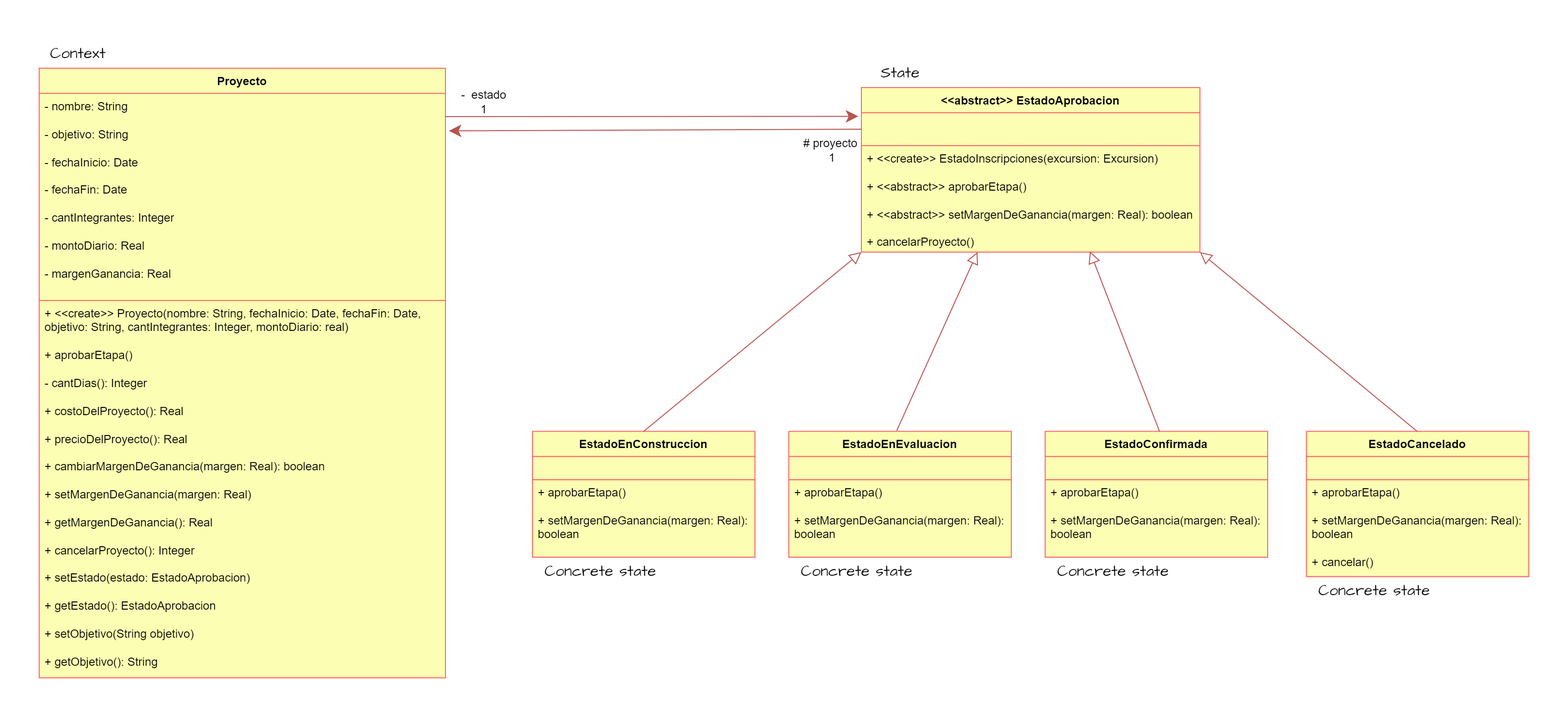
Before: 3er_Año/Orientación_a_Objetos_2/Patrones/Ejercicio11-AdministradorDeProyectos/AdmProyectos_UML.png, a diagram exported from draw.io (NicolasCaporal/Sistemas_UNLP). Source tidied: cells renumbered, new cells last; positions are measured from the earlier drawing's top-left corner, leaving out a move shared by most shapes.
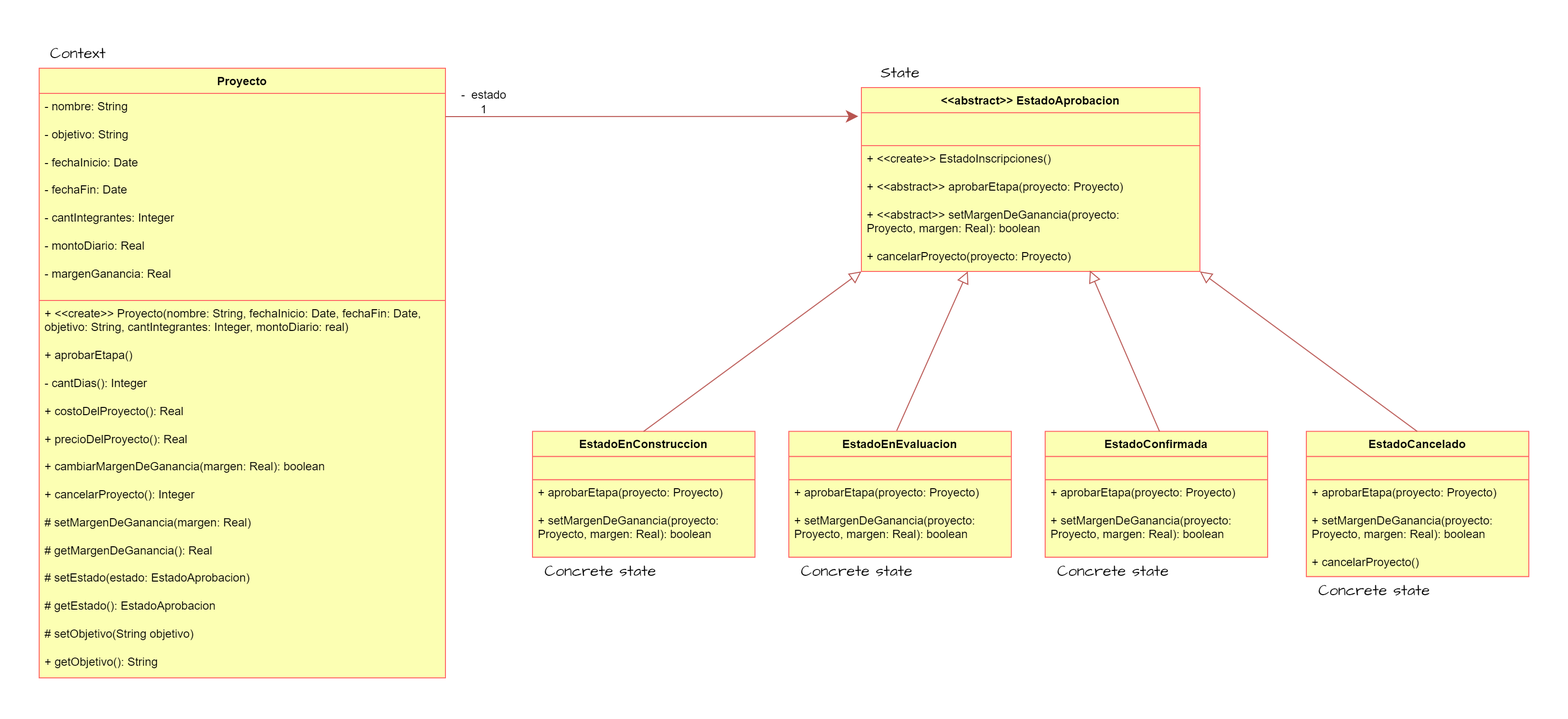
Above is the later version.

The edit, as a diff of the source:
```diff
@@ -8,7 +8,7 @@
     <mxCell id="3" value="&lt;div&gt;- nombre: String&lt;/div&gt;&lt;div&gt;&lt;br&gt;&lt;/div&gt;- objetivo: String&lt;div&gt;&lt;br&gt;&lt;div&gt;- fechaInicio: Date&lt;/div&gt;&lt;div&gt;&lt;br&gt;&lt;/div&gt;&lt;div&gt;- fechaFin: Date&lt;/div&gt;&lt;div&gt;&lt;br&gt;&lt;/div&gt;&lt;div&gt;- cantIntegrantes: Integer&lt;/div&gt;&lt;div&gt;&lt;br&gt;&lt;/div&gt;&lt;div&gt;- montoDiario: Real&lt;/div&gt;&lt;div&gt;&lt;br&gt;&lt;/div&gt;&lt;div&gt;- margenGanancia: Real&lt;/div&gt;&lt;/div&gt;" style="text;strokeColor=#FF6666;fillColor=#FCFFB3;align=left;verticalAlign=top;spacingLeft=4;spacingRight=4;overflow=hidden;whiteSpace=wrap;html=1;fontSize=12;fontFamily=Helvetica;" parent="2" vertex="1">
       <mxGeometry y="26" width="420" height="214" as="geometry" />
     </mxCell>
-    <mxCell id="4" value="+ &amp;lt;&amp;lt;create&amp;gt;&amp;gt; Proyecto(nombre: String, fechaInicio: Date, fechaFin: Date, objetivo: String, cantIntegrantes: Integer, montoDiario: real)&lt;div&gt;&lt;br&gt;&lt;/div&gt;&lt;div&gt;+ aprobarEtapa()&lt;/div&gt;&lt;div&gt;&lt;br&gt;&lt;/div&gt;&lt;div&gt;- cantDias(): Integer&lt;/div&gt;&lt;div&gt;&lt;br&gt;&lt;/div&gt;&lt;div&gt;+ costoDelProyecto(): Real&lt;/div&gt;&lt;div&gt;&lt;br&gt;&lt;/div&gt;&lt;div&gt;+ precioDelProyecto(): Real&lt;/div&gt;&lt;div&gt;&lt;br&gt;&lt;/div&gt;&lt;div&gt;+ cambiarMargenDeGanancia(margen: Real): boolean&lt;/div&gt;&lt;div&gt;&lt;br&gt;&lt;/div&gt;&lt;div&gt;+ setMargenDeGanancia(margen: Real)&lt;br&gt;&lt;/div&gt;&lt;div&gt;&lt;br&gt;&lt;/div&gt;&lt;div&gt;+ getMargenDeGanancia(): Real&lt;br&gt;&lt;/div&gt;&lt;div&gt;&lt;br&gt;&lt;/div&gt;&lt;div&gt;+ cancelarProyecto(): Integer&lt;br&gt;&lt;/div&gt;&lt;div&gt;&lt;br&gt;&lt;/div&gt;&lt;div&gt;+ setEstado(estado: EstadoAprobacion)&lt;/div&gt;&lt;div&gt;&lt;br&gt;&lt;/div&gt;&lt;div&gt;+ getEstado(): EstadoAprobacion&lt;/div&gt;&lt;div&gt;&lt;br&gt;&lt;/div&gt;&lt;div&gt;+ setObjetivo(String objetivo)&lt;/div&gt;&lt;div&gt;&lt;br&gt;&lt;/div&gt;&lt;div&gt;+ getObjetivo(): String&lt;/div&gt;&lt;div&gt;&lt;br&gt;&lt;/div&gt;&lt;div&gt;&lt;br&gt;&lt;/div&gt;" style="text;strokeColor=#FF6666;fillColor=#FCFFB3;align=left;verticalAlign=top;spacingLeft=4;spacingRight=4;overflow=hidden;whiteSpace=wrap;html=1;fontSize=12;fontFamily=Helvetica;" parent="2" vertex="1">
+    <mxCell id="4" value="+ &amp;lt;&amp;lt;create&amp;gt;&amp;gt; Proyecto(nombre: String, fechaInicio: Date, fechaFin: Date, objetivo: String, cantIntegrantes: Integer, montoDiario: real)&lt;div&gt;&lt;br&gt;&lt;/div&gt;&lt;div&gt;+ aprobarEtapa()&lt;/div&gt;&lt;div&gt;&lt;br&gt;&lt;/div&gt;&lt;div&gt;- cantDias(): Integer&lt;/div&gt;&lt;div&gt;&lt;br&gt;&lt;/div&gt;&lt;div&gt;+ costoDelProyecto(): Real&lt;/div&gt;&lt;div&gt;&lt;br&gt;&lt;/div&gt;&lt;div&gt;+ precioDelProyecto(): Real&lt;/div&gt;&lt;div&gt;&lt;br&gt;&lt;/div&gt;&lt;div&gt;+ cambiarMargenDeGanancia(margen: Real): boolean&lt;/div&gt;&lt;div&gt;&lt;br&gt;&lt;/div&gt;&lt;div&gt;+ cancelarProyecto(): Integer&lt;br&gt;&lt;/div&gt;&lt;div&gt;&lt;br&gt;&lt;/div&gt;&lt;div&gt;# setMargenDeGanancia(margen: Real)&lt;br&gt;&lt;/div&gt;&lt;div&gt;&lt;br&gt;&lt;/div&gt;&lt;div&gt;# getMargenDeGanancia(): Real&lt;/div&gt;&lt;div&gt;&lt;br&gt;&lt;/div&gt;&lt;div&gt;# setEstado(estado: EstadoAprobacion)&lt;/div&gt;&lt;div&gt;&lt;br&gt;&lt;/div&gt;&lt;div&gt;# getEstado(): EstadoAprobacion&lt;/div&gt;&lt;div&gt;&lt;br&gt;&lt;/div&gt;&lt;div&gt;# setObjetivo(String objetivo)&lt;/div&gt;&lt;div&gt;&lt;br&gt;&lt;/div&gt;&lt;div&gt;+ getObjetivo(): String&lt;/div&gt;&lt;div&gt;&lt;br&gt;&lt;/div&gt;&lt;div&gt;&lt;br&gt;&lt;/div&gt;" style="text;strokeColor=#FF6666;fillColor=#FCFFB3;align=left;verticalAlign=top;spacingLeft=4;spacingRight=4;overflow=hidden;whiteSpace=wrap;html=1;fontSize=12;fontFamily=Helvetica;" parent="2" vertex="1">
       <mxGeometry y="240" width="420" height="390" as="geometry" />
     </mxCell>
     <mxCell id="5" value="EstadoEnConstruccion" style="swimlane;fontStyle=1;align=center;verticalAlign=top;horizontal=1;startSize=26;whiteSpace=wrap;html=1;rounded=0;shadow=0;labelBackgroundColor=none;comic=0;strokeColor=#FF6666;strokeWidth=1;fontFamily=Helvetica;fontSize=12;fillColor=#FCFFB3;" parent="1" vertex="1">
@@ -17,7 +17,7 @@
     <mxCell id="6" style="text;strokeColor=#FF6666;fillColor=#FCFFB3;align=left;verticalAlign=top;spacingLeft=4;spacingRight=4;overflow=hidden;whiteSpace=wrap;html=1;fontSize=12;fontFamily=Helvetica;" parent="5" vertex="1">
       <mxGeometry y="26" width="230" height="24" as="geometry" />
     </mxCell>
-    <mxCell id="7" value="+ aprobarEtapa()&lt;div&gt;&lt;br&gt;&lt;/div&gt;&lt;div&gt;+&amp;nbsp;&lt;span style=&quot;background-color: initial;&quot;&gt;setMargenDeGanancia(margen: Real): boolean&lt;/span&gt;&lt;/div&gt;" style="text;strokeColor=#FF6666;fillColor=#FCFFB3;align=left;verticalAlign=top;spacingLeft=4;spacingRight=4;overflow=hidden;whiteSpace=wrap;html=1;fontSize=12;fontFamily=Helvetica;" parent="5" vertex="1">
+    <mxCell id="7" value="+ aprobarEtapa(proyecto: Proyecto)&lt;div&gt;&lt;br&gt;&lt;/div&gt;&lt;div&gt;+&amp;nbsp;&lt;span style=&quot;background-color: initial;&quot;&gt;setMargenDeGanancia(&lt;/span&gt;&lt;span style=&quot;background-color: initial;&quot;&gt;proyecto: Proyecto,&amp;nbsp;&lt;/span&gt;&lt;span style=&quot;background-color: initial;&quot;&gt;margen: Real): boolean&lt;/span&gt;&lt;/div&gt;" style="text;strokeColor=#FF6666;fillColor=#FCFFB3;align=left;verticalAlign=top;spacingLeft=4;spacingRight=4;overflow=hidden;whiteSpace=wrap;html=1;fontSize=12;fontFamily=Helvetica;" parent="5" vertex="1">
       <mxGeometry y="50" width="230" height="80" as="geometry" />
     </mxCell>
     <mxCell id="8" style="endArrow=block;html=1;rounded=0;hachureGap=4;fontFamily=Architects Daughter;fontSource=https%3A%2F%2Ffonts.googleapis.com%2Fcss%3Ffamily%3DArchitects%2BDaughter;fontSize=16;fillColor=#f8cecc;strokeColor=#b85450;endFill=0;exitX=0.695;exitY=-0.022;exitDx=0;exitDy=0;exitPerimeter=0;entryX=0;entryY=1;entryDx=0;entryDy=0;endSize=10;" parent="1" edge="1" target="9">
@@ -26,13 +26,13 @@
       </mxGeometry>
     </mxCell>
     <mxCell id="9" value="&amp;lt;&amp;lt;abstract&amp;gt;&amp;gt; EstadoAprobacion" style="swimlane;fontStyle=1;align=center;verticalAlign=top;horizontal=1;startSize=26;whiteSpace=wrap;html=1;rounded=0;shadow=0;labelBackgroundColor=none;comic=0;strokeColor=#FF6666;strokeWidth=1;fontFamily=Helvetica;fontSize=12;fillColor=#FCFFB3;" parent="1" vertex="1">
-      <mxGeometry x="850" y="50" width="350" height="170" as="geometry" />
+      <mxGeometry x="850" y="50" width="350" height="190" as="geometry" />
     </mxCell>
     <mxCell id="10" style="text;strokeColor=#FF6666;fillColor=#FCFFB3;align=left;verticalAlign=top;spacingLeft=4;spacingRight=4;overflow=hidden;points=[[0,0.5],[1,0.5]];portConstraint=eastwest;whiteSpace=wrap;html=1;fontSize=12;fontFamily=Helvetica;" parent="9" vertex="1">
       <mxGeometry y="26" width="350" height="34" as="geometry" />
     </mxCell>
-    <mxCell id="11" value="&lt;div style=&quot;font-size: 12px;&quot;&gt;+ &amp;lt;&amp;lt;create&amp;gt;&amp;gt; EstadoInscripciones(excursion: Excursion)&lt;/div&gt;&lt;div style=&quot;font-size: 12px;&quot;&gt;&lt;br style=&quot;font-size: 12px;&quot;&gt;&lt;/div&gt;+ &amp;lt;&amp;lt;abstract&amp;gt;&amp;gt; aprobarEtapa()&lt;div style=&quot;font-size: 12px;&quot;&gt;&lt;br style=&quot;font-size: 12px;&quot;&gt;&lt;/div&gt;&lt;div style=&quot;font-size: 12px;&quot;&gt;+ &amp;lt;&amp;lt;abstract&amp;gt;&amp;gt; setMargenDeGanancia(margen: Real): boolean&lt;/div&gt;&lt;div style=&quot;font-size: 12px;&quot;&gt;&lt;br&gt;&lt;/div&gt;&lt;div style=&quot;font-size: 12px;&quot;&gt;+ cancelarProyecto()&lt;/div&gt;&lt;div style=&quot;font-size: 12px;&quot;&gt;&lt;br&gt;&lt;/div&gt;&lt;div style=&quot;font-size: 12px;&quot;&gt;# getProyecto(): Proyecto&lt;/div&gt;" style="text;strokeColor=#FF6666;fillColor=#FCFFB3;align=left;verticalAlign=top;spacingLeft=4;spacingRight=4;overflow=hidden;points=[[0,0.5],[1,0.5]];portConstraint=eastwest;whiteSpace=wrap;html=1;fontSize=12;fontFamily=Helvetica;" parent="9" vertex="1">
-      <mxGeometry y="60" width="350" height="110" as="geometry" />
+    <mxCell id="11" value="&lt;div style=&quot;font-size: 12px;&quot;&gt;+ &amp;lt;&amp;lt;create&amp;gt;&amp;gt; EstadoInscripciones()&lt;/div&gt;&lt;div style=&quot;font-size: 12px;&quot;&gt;&lt;br style=&quot;font-size: 12px;&quot;&gt;&lt;/div&gt;+ &amp;lt;&amp;lt;abstract&amp;gt;&amp;gt; aprobarEtapa(proyecto: Proyecto)&lt;div style=&quot;font-size: 12px;&quot;&gt;&lt;br style=&quot;font-size: 12px;&quot;&gt;&lt;/div&gt;&lt;div style=&quot;font-size: 12px;&quot;&gt;+ &amp;lt;&amp;lt;abstract&amp;gt;&amp;gt; setMargenDeGanancia(&lt;span style=&quot;background-color: initial;&quot;&gt;proyecto: Proyecto,&amp;nbsp;&lt;/span&gt;&lt;span style=&quot;background-color: initial;&quot;&gt;margen: Real): boolean&lt;/span&gt;&lt;/div&gt;&lt;div style=&quot;font-size: 12px;&quot;&gt;&lt;br&gt;&lt;/div&gt;&lt;div style=&quot;font-size: 12px;&quot;&gt;+ cancelarProyecto(&lt;span style=&quot;background-color: initial;&quot;&gt;proyecto: Proyecto&lt;/span&gt;&lt;span style=&quot;background-color: initial;&quot;&gt;)&lt;/span&gt;&lt;/div&gt;" style="text;strokeColor=#FF6666;fillColor=#FCFFB3;align=left;verticalAlign=top;spacingLeft=4;spacingRight=4;overflow=hidden;points=[[0,0.5],[1,0.5]];portConstraint=eastwest;whiteSpace=wrap;html=1;fontSize=12;fontFamily=Helvetica;" parent="9" vertex="1">
+      <mxGeometry y="60" width="350" height="130" as="geometry" />
     </mxCell>
     <mxCell id="12" value="EstadoEnEvaluacion" style="swimlane;fontStyle=1;align=center;verticalAlign=top;horizontal=1;startSize=26;whiteSpace=wrap;html=1;rounded=0;shadow=0;labelBackgroundColor=none;comic=0;strokeColor=#FF6666;strokeWidth=1;fontFamily=Helvetica;fontSize=12;fillColor=#FCFFB3;" parent="1" vertex="1">
       <mxGeometry x="775" y="405.3" width="230" height="130" as="geometry" />
@@ -40,7 +40,7 @@
     <mxCell id="13" style="text;strokeColor=#FF6666;fillColor=#FCFFB3;align=left;verticalAlign=top;spacingLeft=4;spacingRight=4;overflow=hidden;whiteSpace=wrap;html=1;fontSize=12;fontFamily=Helvetica;" parent="12" vertex="1">
       <mxGeometry y="26" width="230" height="24" as="geometry" />
     </mxCell>
-    <mxCell id="14" value="+ aprobarEtapa()&lt;div&gt;&lt;br&gt;&lt;/div&gt;&lt;div&gt;+&amp;nbsp;&lt;span style=&quot;background-color: initial;&quot;&gt;setMargenDeGanancia(margen: Real): boolean&lt;/span&gt;&lt;/div&gt;" style="text;strokeColor=#FF6666;fillColor=#FCFFB3;align=left;verticalAlign=top;spacingLeft=4;spacingRight=4;overflow=hidden;whiteSpace=wrap;html=1;fontSize=12;fontFamily=Helvetica;" parent="12" vertex="1">
+    <mxCell id="14" value="+ aprobarEtapa(proyecto: Proyecto)&lt;div&gt;&lt;br&gt;&lt;/div&gt;&lt;div&gt;+&amp;nbsp;&lt;span style=&quot;background-color: initial;&quot;&gt;setMargenDeGanancia(&lt;/span&gt;&lt;span style=&quot;background-color: initial;&quot;&gt;proyecto: Proyecto,&amp;nbsp;&lt;/span&gt;&lt;span style=&quot;background-color: initial;&quot;&gt;margen: Real): boolean&lt;/span&gt;&lt;/div&gt;" style="text;strokeColor=#FF6666;fillColor=#FCFFB3;align=left;verticalAlign=top;spacingLeft=4;spacingRight=4;overflow=hidden;whiteSpace=wrap;html=1;fontSize=12;fontFamily=Helvetica;" parent="12" vertex="1">
       <mxGeometry y="50" width="230" height="80" as="geometry" />
     </mxCell>
     <mxCell id="15" value="EstadoConfirmada" style="swimlane;fontStyle=1;align=center;verticalAlign=top;horizontal=1;startSize=26;whiteSpace=wrap;html=1;rounded=0;shadow=0;labelBackgroundColor=none;comic=0;strokeColor=#FF6666;strokeWidth=1;fontFamily=Helvetica;fontSize=12;fillColor=#FCFFB3;" parent="1" vertex="1">
@@ -49,12 +49,12 @@
     <mxCell id="16" style="text;strokeColor=#FF6666;fillColor=#FCFFB3;align=left;verticalAlign=top;spacingLeft=4;spacingRight=4;overflow=hidden;whiteSpace=wrap;html=1;fontSize=12;fontFamily=Helvetica;" parent="15" vertex="1">
       <mxGeometry y="26" width="230" height="24" as="geometry" />
     </mxCell>
-    <mxCell id="17" value="+ aprobarEtapa()&lt;div&gt;&lt;br&gt;&lt;div&gt;+&amp;nbsp;&lt;span style=&quot;background-color: initial;&quot;&gt;setMargenDeGanancia(margen: Real): boolean&lt;/span&gt;&lt;/div&gt;&lt;/div&gt;" style="text;strokeColor=#FF6666;fillColor=#FCFFB3;align=left;verticalAlign=top;spacingLeft=4;spacingRight=4;overflow=hidden;whiteSpace=wrap;html=1;fontSize=12;fontFamily=Helvetica;" parent="15" vertex="1">
+    <mxCell id="17" value="+ aprobarEtapa(proyecto: Proyecto)&lt;div&gt;&lt;br&gt;&lt;/div&gt;&lt;div&gt;+&amp;nbsp;&lt;span style=&quot;background-color: initial;&quot;&gt;setMargenDeGanancia(&lt;/span&gt;&lt;span style=&quot;background-color: initial;&quot;&gt;proyecto: Proyecto,&amp;nbsp;&lt;/span&gt;&lt;span style=&quot;background-color: initial;&quot;&gt;margen: Real): boolean&lt;/span&gt;&lt;/div&gt;" style="text;strokeColor=#FF6666;fillColor=#FCFFB3;align=left;verticalAlign=top;spacingLeft=4;spacingRight=4;overflow=hidden;whiteSpace=wrap;html=1;fontSize=12;fontFamily=Helvetica;" parent="15" vertex="1">
       <mxGeometry y="50" width="230" height="80" as="geometry" />
     </mxCell>
     <mxCell id="18" style="endArrow=block;html=1;rounded=0;hachureGap=4;fontFamily=Architects Daughter;fontSource=https%3A%2F%2Ffonts.googleapis.com%2Fcss%3Ffamily%3DArchitects%2BDaughter;fontSize=16;fillColor=#f8cecc;strokeColor=#b85450;endFill=0;exitX=0.485;exitY=-0.006;exitDx=0;exitDy=0;exitPerimeter=0;endSize=10;" parent="1" edge="1" source="12">
       <mxGeometry relative="1" as="geometry">
-        <mxPoint x="970" y="220" as="targetPoint" />
+        <mxPoint x="960" y="240" as="targetPoint" />
       </mxGeometry>
     </mxCell>
     <mxCell id="19" style="endArrow=block;html=1;rounded=0;hachureGap=4;fontFamily=Architects Daughter;fontSource=https%3A%2F%2Ffonts.googleapis.com%2Fcss%3Ffamily%3DArchitects%2BDaughter;fontSize=16;fillColor=#f8cecc;strokeColor=#b85450;endFill=0;exitX=0.695;exitY=-0.022;exitDx=0;exitDy=0;exitPerimeter=0;entryX=0.675;entryY=0.993;entryDx=0;entryDy=0;entryPerimeter=0;endSize=10;" parent="1" edge="1" target="11">
@@ -67,17 +67,9 @@
         <mxPoint x="420" y="80" as="sourcePoint" />
       </mxGeometry>
     </mxCell>
-    <mxCell id="21" style="endArrow=none;html=1;rounded=0;hachureGap=4;fontFamily=Architects Daughter;fontSource=https%3A%2F%2Ffonts.googleapis.com%2Fcss%3Ffamily%3DArchitects%2BDaughter;fontSize=16;fillColor=#f8cecc;strokeColor=#b85450;endFill=0;entryX=0;entryY=0.5;entryDx=0;entryDy=0;startArrow=classic;startFill=1;endSize=10;sourcePerimeterSpacing=0;startSize=10;" parent="1" edge="1" target="10">
-      <mxGeometry relative="1" as="geometry">
-        <mxPoint x="423.5" y="94.7" as="sourcePoint" />
-      </mxGeometry>
-    </mxCell>
     <mxCell id="22" value="-&amp;nbsp; estado&lt;div&gt;1&lt;/div&gt;" style="text;html=1;strokeColor=none;fillColor=none;align=center;verticalAlign=middle;whiteSpace=wrap;rounded=0;fontSize=12;fontFamily=Helvetica;" parent="1" vertex="1">
       <mxGeometry x="420" y="50" width="80" height="30" as="geometry" />
     </mxCell>
-    <mxCell id="23" value="# proyecto&amp;nbsp;&lt;div&gt;1&lt;/div&gt;" style="text;html=1;strokeColor=none;fillColor=none;align=center;verticalAlign=middle;whiteSpace=wrap;rounded=0;fontSize=12;fontFamily=Helvetica;" parent="1" vertex="1">
-      <mxGeometry x="780" y="100" width="80" height="30" as="geometry" />
-    </mxCell>
     <mxCell id="24" value="Context" style="text;html=1;align=center;verticalAlign=middle;strokeColor=none;fillColor=none;fontFamily=Architects Daughter;fontSource=https%3A%2F%2Ffonts.googleapis.com%2Fcss%3Ffamily%3DArchitects%2BDaughter;fontSize=16;" parent="1" vertex="1">
       <mxGeometry width="80" height="30" as="geometry" />
     </mxCell>
@@ -99,7 +91,7 @@
     <mxCell id="30" style="text;strokeColor=#FF6666;fillColor=#FCFFB3;align=left;verticalAlign=top;spacingLeft=4;spacingRight=4;overflow=hidden;whiteSpace=wrap;html=1;fontSize=12;fontFamily=Helvetica;" parent="29" vertex="1">
       <mxGeometry y="26" width="230" height="24" as="geometry" />
     </mxCell>
-    <mxCell id="31" value="+ aprobarEtapa()&lt;div&gt;&lt;br&gt;&lt;div&gt;+&amp;nbsp;&lt;span style=&quot;background-color: initial;&quot;&gt;setMargenDeGanancia(margen: Real): boolean&lt;/span&gt;&lt;/div&gt;&lt;/div&gt;&lt;div&gt;&lt;span style=&quot;background-color: initial;&quot;&gt;&lt;br&gt;&lt;/span&gt;&lt;/div&gt;&lt;div&gt;&lt;span style=&quot;background-color: initial;&quot;&gt;+ cancelar()&lt;/span&gt;&lt;/div&gt;" style="text;strokeColor=#FF6666;fillColor=#FCFFB3;align=left;verticalAlign=top;spacingLeft=4;spacingRight=4;overflow=hidden;whiteSpace=wrap;html=1;fontSize=12;fontFamily=Helvetica;" parent="29" vertex="1">
+    <mxCell id="31" value="+ aprobarEtapa(proyecto: Proyecto)&lt;div&gt;&lt;br&gt;&lt;/div&gt;&lt;div&gt;+&amp;nbsp;&lt;span style=&quot;background-color: initial;&quot;&gt;setMargenDeGanancia(&lt;/span&gt;&lt;span style=&quot;background-color: initial;&quot;&gt;proyecto: Proyecto,&amp;nbsp;&lt;/span&gt;&lt;span style=&quot;background-color: initial;&quot;&gt;margen: Real): boolean&lt;/span&gt;&lt;/div&gt;&lt;div&gt;&lt;span style=&quot;background-color: initial;&quot;&gt;&lt;br&gt;&lt;/span&gt;&lt;/div&gt;&lt;div&gt;&lt;span style=&quot;background-color: initial;&quot;&gt;+ cancelarProyecto()&lt;/span&gt;&lt;/div&gt;" style="text;strokeColor=#FF6666;fillColor=#FCFFB3;align=left;verticalAlign=top;spacingLeft=4;spacingRight=4;overflow=hidden;whiteSpace=wrap;html=1;fontSize=12;fontFamily=Helvetica;" parent="29" vertex="1">
       <mxGeometry y="50" width="230" height="100" as="geometry" />
     </mxCell>
     <mxCell id="32" value="Concrete state" style="text;html=1;align=center;verticalAlign=middle;strokeColor=none;fillColor=none;fontFamily=Architects Daughter;fontSource=https%3A%2F%2Ffonts.googleapis.com%2Fcss%3Ffamily%3DArchitects%2BDaughter;fontSize=16;" parent="1" vertex="1">
```
